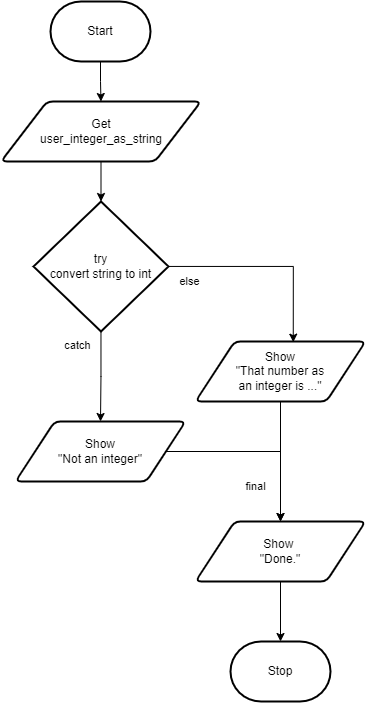
Above: docs/structured-problem-solving/images/flowchart-try-catch.png in Mr-Coxall/Computer-Based-Problem-Solving (draw.io), before the change. Source tidied: cells renumbered, new cells last; positions are measured from the earlier drawing's top-left corner, leaving out a move shared by most shapes. Its diagram source:
```xml
<mxGraphModel>
  <root>
    <mxCell id="0" />
    <mxCell id="1" parent="0" />
    <mxCell id="2" style="edgeStyle=orthogonalEdgeStyle;html=1;rounded=0;" parent="1" edge="1" source="3" target="5">
      <mxGeometry relative="1" as="geometry" />
    </mxCell>
    <mxCell id="3" value="Start" style="strokeWidth=2;html=1;shape=mxgraph.flowchart.terminator;whiteSpace=wrap;" parent="1" vertex="1">
      <mxGeometry x="49" width="100" height="60" as="geometry" />
    </mxCell>
    <mxCell id="4" style="edgeStyle=orthogonalEdgeStyle;html=1;rounded=0;" parent="1" edge="1" source="5" target="10">
      <mxGeometry relative="1" as="geometry" />
    </mxCell>
    <mxCell id="5" value="Get&lt;br&gt;user_integer_as_string" style="shape=parallelogram;html=1;strokeWidth=2;perimeter=parallelogramPerimeter;whiteSpace=wrap;rounded=1;arcSize=12;size=0.23;" parent="1" vertex="1">
      <mxGeometry x="-0.5" y="100" width="200" height="60" as="geometry" />
    </mxCell>
    <mxCell id="6" value="Stop" style="strokeWidth=2;html=1;shape=mxgraph.flowchart.terminator;whiteSpace=wrap;" parent="1" vertex="1">
      <mxGeometry x="229" y="640" width="100" height="60" as="geometry" />
    </mxCell>
    <mxCell id="7" style="edgeStyle=none;html=1;strokeColor=none;rounded=0;" parent="1" edge="1" source="10">
      <mxGeometry relative="1" as="geometry">
        <mxPoint x="99.1" y="390" as="targetPoint" />
      </mxGeometry>
    </mxCell>
    <mxCell id="8" style="edgeStyle=orthogonalEdgeStyle;html=1;entryX=0.575;entryY=0.011;entryDx=0;entryDy=0;entryPerimeter=0;rounded=0;" parent="1" edge="1" source="10" target="13">
      <mxGeometry relative="1" as="geometry" />
    </mxCell>
    <mxCell id="9" style="edgeStyle=orthogonalEdgeStyle;shape=connector;rounded=0;html=1;labelBackgroundColor=default;strokeColor=default;fontFamily=Helvetica;fontSize=11;fontColor=default;endArrow=classic;" parent="1" edge="1" source="10" target="15">
      <mxGeometry relative="1" as="geometry" />
    </mxCell>
    <mxCell id="10" value="try&lt;br&gt;convert string to int" style="strokeWidth=2;html=1;shape=mxgraph.flowchart.decision;whiteSpace=wrap;" parent="1" vertex="1">
      <mxGeometry x="32" y="200" width="135" height="130" as="geometry" />
    </mxCell>
    <mxCell id="11" value="catch" style="text;html=1;align=center;verticalAlign=middle;strokeColor=none;fillColor=none;fontSize=11;fontFamily=Helvetica;fontColor=default;" parent="1" vertex="1">
      <mxGeometry x="51" y="329" width="50" height="30" as="geometry" />
    </mxCell>
    <mxCell id="12" style="edgeStyle=orthogonalEdgeStyle;shape=connector;rounded=0;html=1;labelBackgroundColor=default;strokeColor=default;fontFamily=Helvetica;fontSize=11;fontColor=default;endArrow=classic;" parent="1" edge="1" source="13">
      <mxGeometry relative="1" as="geometry">
        <mxPoint x="279" y="520" as="targetPoint" />
      </mxGeometry>
    </mxCell>
    <mxCell id="13" value="Show&lt;br&gt;&quot;That number as &lt;br&gt;an integer is ...&quot;" style="shape=parallelogram;html=1;strokeWidth=2;perimeter=parallelogramPerimeter;whiteSpace=wrap;rounded=1;arcSize=12;size=0.23;" parent="1" vertex="1">
      <mxGeometry x="194" y="340" width="170" height="60" as="geometry" />
    </mxCell>
    <mxCell id="14" style="edgeStyle=orthogonalEdgeStyle;shape=connector;rounded=0;html=1;labelBackgroundColor=default;strokeColor=default;fontFamily=Helvetica;fontSize=11;fontColor=default;endArrow=classic;" parent="1" edge="1" source="15" target="18">
      <mxGeometry relative="1" as="geometry" />
    </mxCell>
    <mxCell id="15" value="Show&lt;br&gt;&quot;Not an integer&quot;" style="shape=parallelogram;html=1;strokeWidth=2;perimeter=parallelogramPerimeter;whiteSpace=wrap;rounded=1;arcSize=12;size=0.23;" parent="1" vertex="1">
      <mxGeometry x="14" y="420" width="170" height="60" as="geometry" />
    </mxCell>
    <mxCell id="16" value="else" style="text;html=1;align=center;verticalAlign=middle;strokeColor=none;fillColor=none;fontSize=11;fontFamily=Helvetica;fontColor=default;" parent="1" vertex="1">
      <mxGeometry x="168" y="265" width="40" height="30" as="geometry" />
    </mxCell>
    <mxCell id="17" style="edgeStyle=orthogonalEdgeStyle;shape=connector;rounded=0;html=1;labelBackgroundColor=default;strokeColor=default;fontFamily=Helvetica;fontSize=11;fontColor=default;endArrow=classic;" parent="1" edge="1" source="18" target="6">
      <mxGeometry relative="1" as="geometry" />
    </mxCell>
    <mxCell id="18" value="Show&amp;nbsp;&lt;br&gt;&quot;Done.&quot;" style="shape=parallelogram;html=1;strokeWidth=2;perimeter=parallelogramPerimeter;whiteSpace=wrap;rounded=1;arcSize=12;size=0.23;" parent="1" vertex="1">
      <mxGeometry x="194" y="520" width="170" height="60" as="geometry" />
    </mxCell>
    <mxCell id="19" value="final" style="text;html=1;align=center;verticalAlign=middle;strokeColor=none;fillColor=none;fontSize=11;fontFamily=Helvetica;fontColor=default;" parent="1" vertex="1">
      <mxGeometry x="234" y="470" width="40" height="30" as="geometry" />
    </mxCell>
  </root>
</mxGraphModel>
```
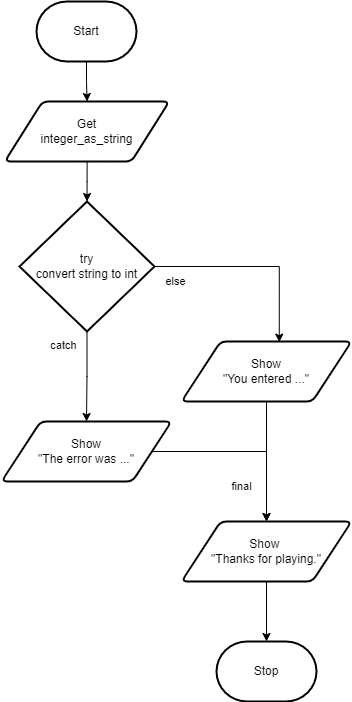
The same file after the commit.

Change to the diagram source:
```diff
@@ -11,8 +11,8 @@
     <mxCell id="4" style="edgeStyle=orthogonalEdgeStyle;html=1;rounded=0;" parent="1" edge="1" source="5" target="10">
       <mxGeometry relative="1" as="geometry" />
     </mxCell>
-    <mxCell id="5" value="Get&lt;br&gt;user_integer_as_string" style="shape=parallelogram;html=1;strokeWidth=2;perimeter=parallelogramPerimeter;whiteSpace=wrap;rounded=1;arcSize=12;size=0.23;" parent="1" vertex="1">
-      <mxGeometry x="-0.5" y="100" width="200" height="60" as="geometry" />
+    <mxCell id="5" value="Get&lt;br&gt;integer_as_string" style="shape=parallelogram;html=1;strokeWidth=2;perimeter=parallelogramPerimeter;whiteSpace=wrap;rounded=1;arcSize=12;size=0.23;" parent="1" vertex="1">
+      <mxGeometry x="17.2" y="100" width="164.5" height="60" as="geometry" />
     </mxCell>
     <mxCell id="6" value="Stop" style="strokeWidth=2;html=1;shape=mxgraph.flowchart.terminator;whiteSpace=wrap;" parent="1" vertex="1">
       <mxGeometry x="229" y="640" width="100" height="60" as="geometry" />
@@ -39,13 +39,13 @@
         <mxPoint x="279" y="520" as="targetPoint" />
       </mxGeometry>
     </mxCell>
-    <mxCell id="13" value="Show&lt;br&gt;&quot;That number as &lt;br&gt;an integer is ...&quot;" style="shape=parallelogram;html=1;strokeWidth=2;perimeter=parallelogramPerimeter;whiteSpace=wrap;rounded=1;arcSize=12;size=0.23;" parent="1" vertex="1">
+    <mxCell id="13" value="Show &lt;br&gt;&quot;You entered ...&quot;" style="shape=parallelogram;html=1;strokeWidth=2;perimeter=parallelogramPerimeter;whiteSpace=wrap;rounded=1;arcSize=12;size=0.23;" parent="1" vertex="1">
       <mxGeometry x="194" y="340" width="170" height="60" as="geometry" />
     </mxCell>
     <mxCell id="14" style="edgeStyle=orthogonalEdgeStyle;shape=connector;rounded=0;html=1;labelBackgroundColor=default;strokeColor=default;fontFamily=Helvetica;fontSize=11;fontColor=default;endArrow=classic;" parent="1" edge="1" source="15" target="18">
       <mxGeometry relative="1" as="geometry" />
     </mxCell>
-    <mxCell id="15" value="Show&lt;br&gt;&quot;Not an integer&quot;" style="shape=parallelogram;html=1;strokeWidth=2;perimeter=parallelogramPerimeter;whiteSpace=wrap;rounded=1;arcSize=12;size=0.23;" parent="1" vertex="1">
+    <mxCell id="15" value="Show &lt;br&gt;&quot;The error was ...&quot;" style="shape=parallelogram;html=1;strokeWidth=2;perimeter=parallelogramPerimeter;whiteSpace=wrap;rounded=1;arcSize=12;size=0.23;" parent="1" vertex="1">
       <mxGeometry x="14" y="420" width="170" height="60" as="geometry" />
     </mxCell>
     <mxCell id="16" value="else" style="text;html=1;align=center;verticalAlign=middle;strokeColor=none;fillColor=none;fontSize=11;fontFamily=Helvetica;fontColor=default;" parent="1" vertex="1">
@@ -54,7 +54,7 @@
     <mxCell id="17" style="edgeStyle=orthogonalEdgeStyle;shape=connector;rounded=0;html=1;labelBackgroundColor=default;strokeColor=default;fontFamily=Helvetica;fontSize=11;fontColor=default;endArrow=classic;" parent="1" edge="1" source="18" target="6">
       <mxGeometry relative="1" as="geometry" />
     </mxCell>
-    <mxCell id="18" value="Show&amp;nbsp;&lt;br&gt;&quot;Done.&quot;" style="shape=parallelogram;html=1;strokeWidth=2;perimeter=parallelogramPerimeter;whiteSpace=wrap;rounded=1;arcSize=12;size=0.23;" parent="1" vertex="1">
+    <mxCell id="18" value="Show&amp;nbsp;&lt;br&gt;&quot;Thanks for playing.&quot;" style="shape=parallelogram;html=1;strokeWidth=2;perimeter=parallelogramPerimeter;whiteSpace=wrap;rounded=1;arcSize=12;size=0.23;" parent="1" vertex="1">
       <mxGeometry x="194" y="520" width="170" height="60" as="geometry" />
     </mxCell>
     <mxCell id="19" value="final" style="text;html=1;align=center;verticalAlign=middle;strokeColor=none;fillColor=none;fontSize=11;fontFamily=Helvetica;fontColor=default;" parent="1" vertex="1">
```
